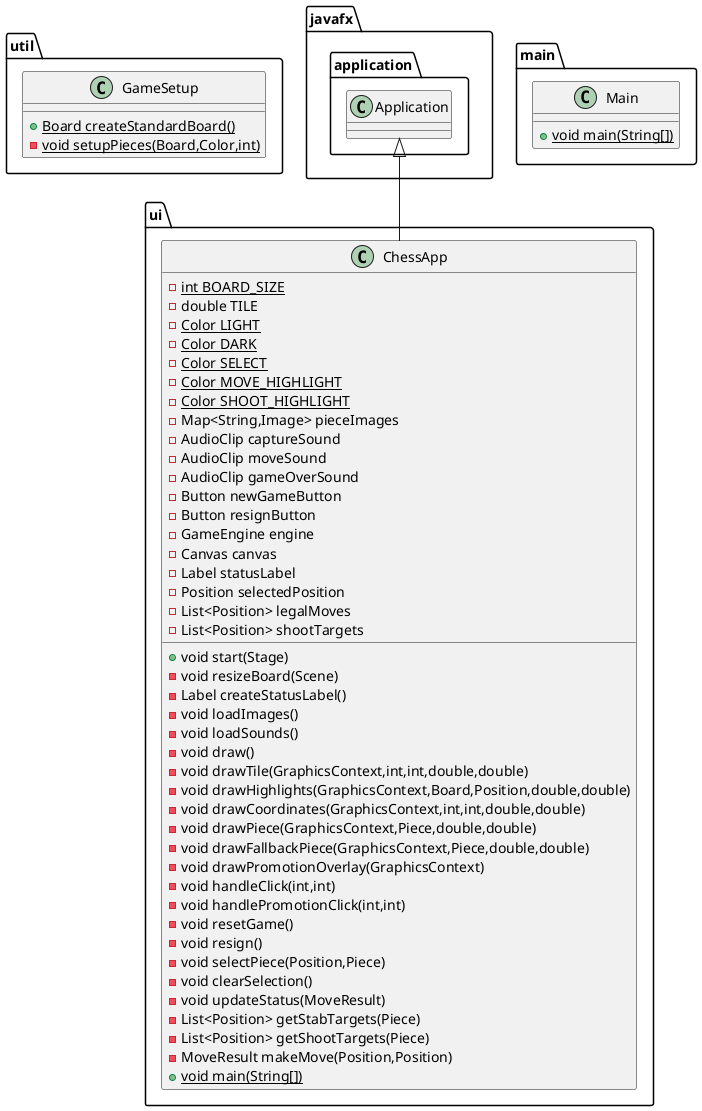
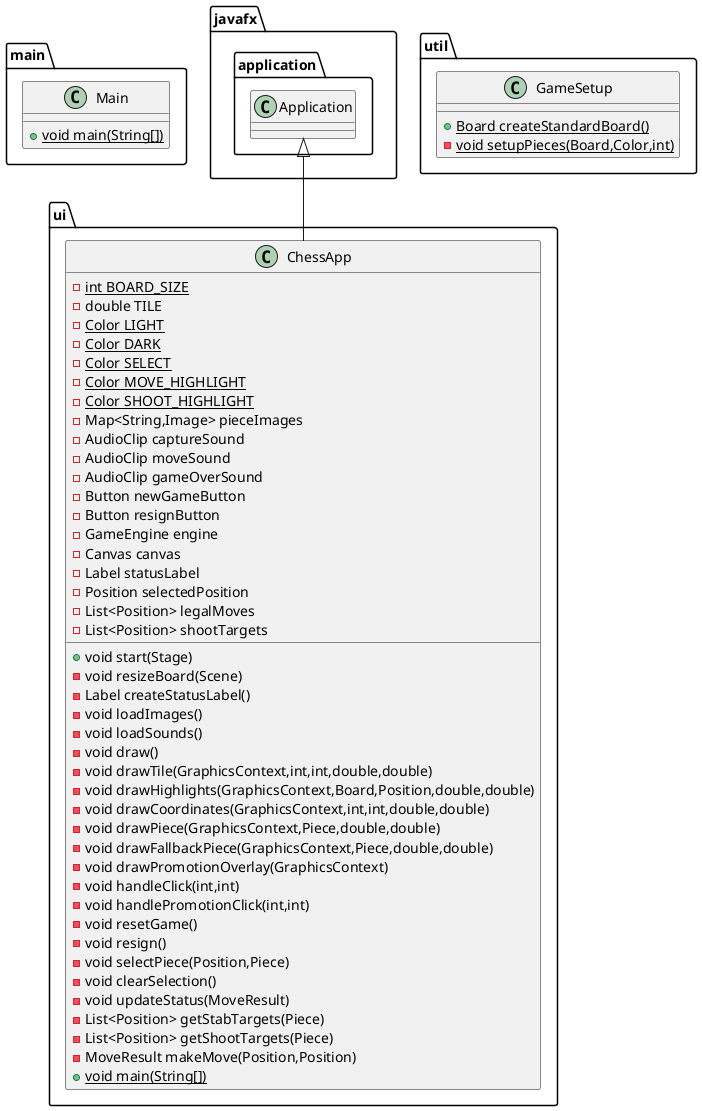
@startuml
- class util.GameSetup {
- + {static} Board createStandardBoard()
- - {static} void setupPieces(Board,Color,int)
+ class main.Main {
+ + {static} void main(String[])
}

class ui.ChessApp {
- {static} int BOARD_SIZE
- double TILE
- {static} Color LIGHT
- {static} Color DARK
- {static} Color SELECT
- {static} Color MOVE_HIGHLIGHT
- {static} Color SHOOT_HIGHLIGHT
- Map<String,Image> pieceImages
- AudioClip captureSound
- AudioClip moveSound
- AudioClip gameOverSound
- Button newGameButton
- Button resignButton
- GameEngine engine
- Canvas canvas
- Label statusLabel
- Position selectedPosition
- List<Position> legalMoves
- List<Position> shootTargets
+ void start(Stage)
- void resizeBoard(Scene)
- Label createStatusLabel()
- void loadImages()
- void loadSounds()
- void draw()
- void drawTile(GraphicsContext,int,int,double,double)
- void drawHighlights(GraphicsContext,Board,Position,double,double)
- void drawCoordinates(GraphicsContext,int,int,double,double)
- void drawPiece(GraphicsContext,Piece,double,double)
- void drawFallbackPiece(GraphicsContext,Piece,double,double)
- void drawPromotionOverlay(GraphicsContext)
- void handleClick(int,int)
- void handlePromotionClick(int,int)
- void resetGame()
- void resign()
- void selectPiece(Position,Piece)
- void clearSelection()
- void updateStatus(MoveResult)
- List<Position> getStabTargets(Piece)
- List<Position> getShootTargets(Piece)
- MoveResult makeMove(Position,Position)
+ {static} void main(String[])
}


- class main.Main {
- + {static} void main(String[])
+ class util.GameSetup {
+ + {static} Board createStandardBoard()
+ - {static} void setupPieces(Board,Color,int)
}



javafx.application.Application <|-- ui.ChessApp
@enduml